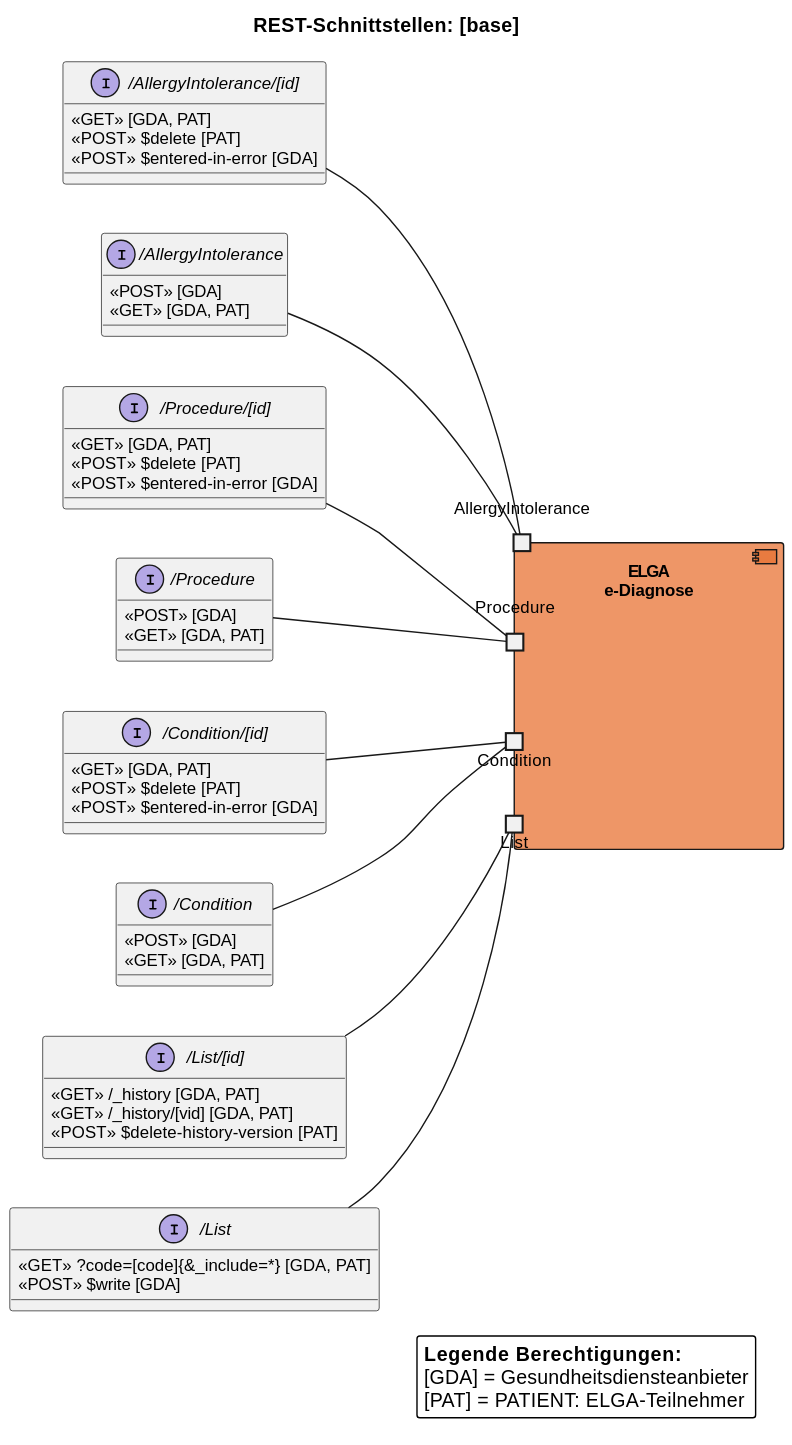
This is input/images/plantuml/interaction_overview.svg from HL7Austria/ELGA-e-Diagnose-R4, a PlantUML export, as it was before one commit.
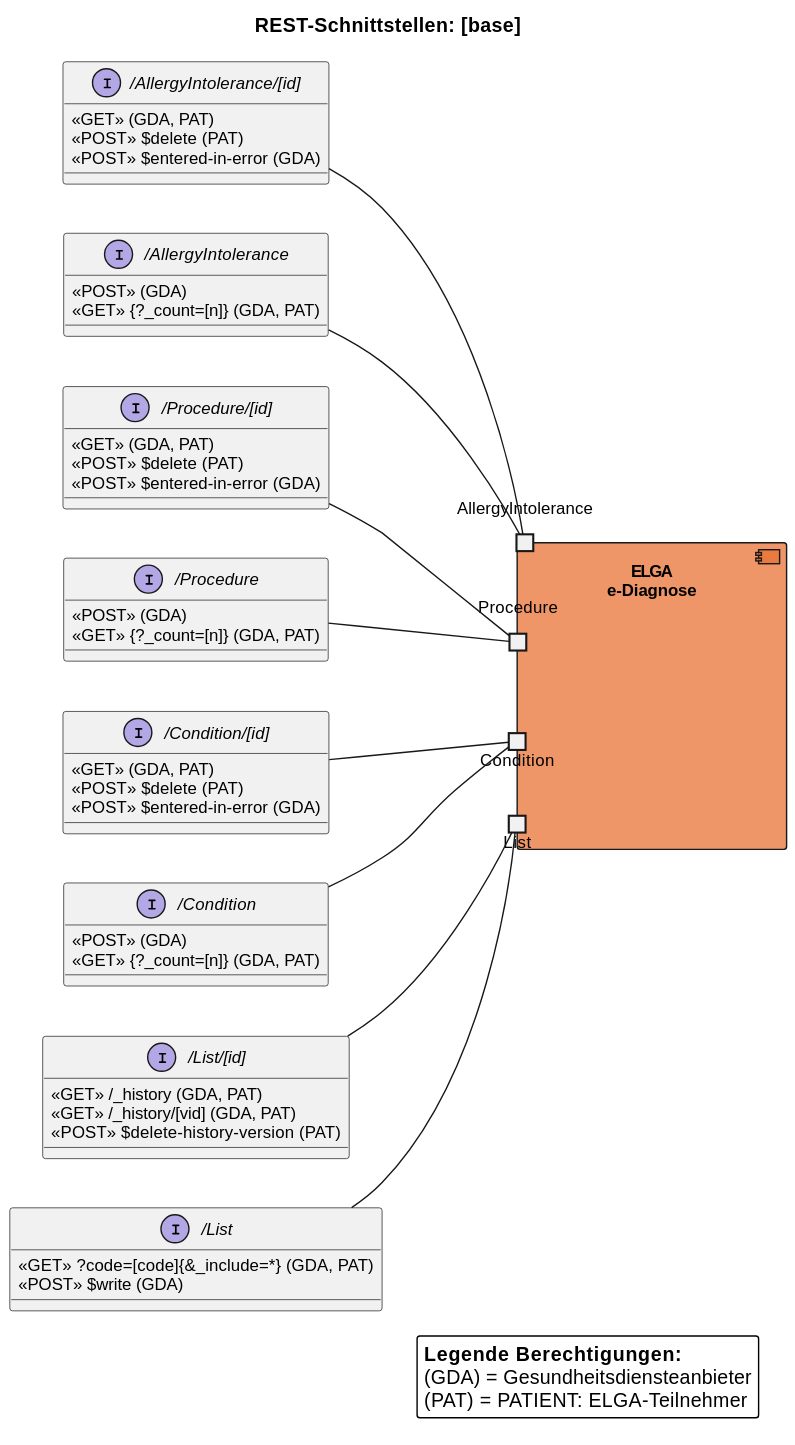
After the change.

The edit, as a diff of the source:
```diff
@@ -30,47 +30,47 @@
 
 
 interface "/List" as List_type {
-  «GET» ?code=[code]{&_include=*} [GDA, PAT]
-  «POST» $write [GDA]
+  {field} «GET» ?code=[code]{&_include=*} (GDA, PAT)
+  {field} «POST» $write (GDA)
 }
 
 interface "/List/[id]" as List_instance {
-  «GET» /_history [GDA, PAT]
-  «GET» /_history/[vid] [GDA, PAT]
-  «POST» $delete-history-version [PAT]
+  {field} «GET» /_history (GDA, PAT)
+  {field} «GET» /_history/[vid] (GDA, PAT)
+  {field} «POST» $delete-history-version (PAT)
 }
 
 interface "/Condition/[id]" as ICondition_instance {
-  «GET» [GDA, PAT]
-  «POST» $delete [PAT]
-  «POST» $entered-in-error [GDA]
+  {field} «GET» (GDA, PAT)
+  {field} «POST» $delete (PAT)
+  {field} «POST» $entered-in-error (GDA)
 }
 
 interface "/Condition" as ICondition_type {
-  «POST» [GDA]
-  «GET» [GDA, PAT]
+  {field} «POST» (GDA)
+  {field} «GET» {?_count=[n]} (GDA, PAT)
 }
 
 interface "/Procedure/[id]" as IProcedure_instance {
-  «GET» [GDA, PAT]
-  «POST» $delete [PAT]
-  «POST» $entered-in-error [GDA]
+  {field} «GET» (GDA, PAT)
+  {field} «POST» $delete (PAT)
+  {field} «POST» $entered-in-error (GDA)
 }
 
 interface "/Procedure" as IProcedure_type {
-  «POST» [GDA]
-  «GET» [GDA, PAT]
+  {field} «POST» (GDA)
+  {field} «GET» {?_count=[n]} (GDA, PAT)
 }
 
 interface "/AllergyIntolerance/[id]" as IAllergyIntolerance_instance {
-  «GET» [GDA, PAT]
-  «POST» $delete [PAT]
-  «POST» $entered-in-error [GDA]
+  {field} «GET» (GDA, PAT)
+  {field} «POST» $delete (PAT)
+  {field} «POST» $entered-in-error (GDA)
 }
 
 interface "/AllergyIntolerance" as IAllergyIntolerance_type {
-  «POST» [GDA]
-  «GET» [GDA, PAT]
+  {field} «POST» (GDA)
+  {field} «GET» {?_count=[n]} (GDA, PAT)
 }
 
 
@@ -92,7 +92,7 @@
 
 legend right
   **Legende Berechtigungen:**
-  [GDA] = Gesundheitsdiensteanbieter
-  [PAT] = PATIENT: ELGA-Teilnehmer
+  (GDA) = Gesundheitsdiensteanbieter
+  (PAT) = PATIENT: ELGA-Teilnehmer
 end legend
 @enduml
```
